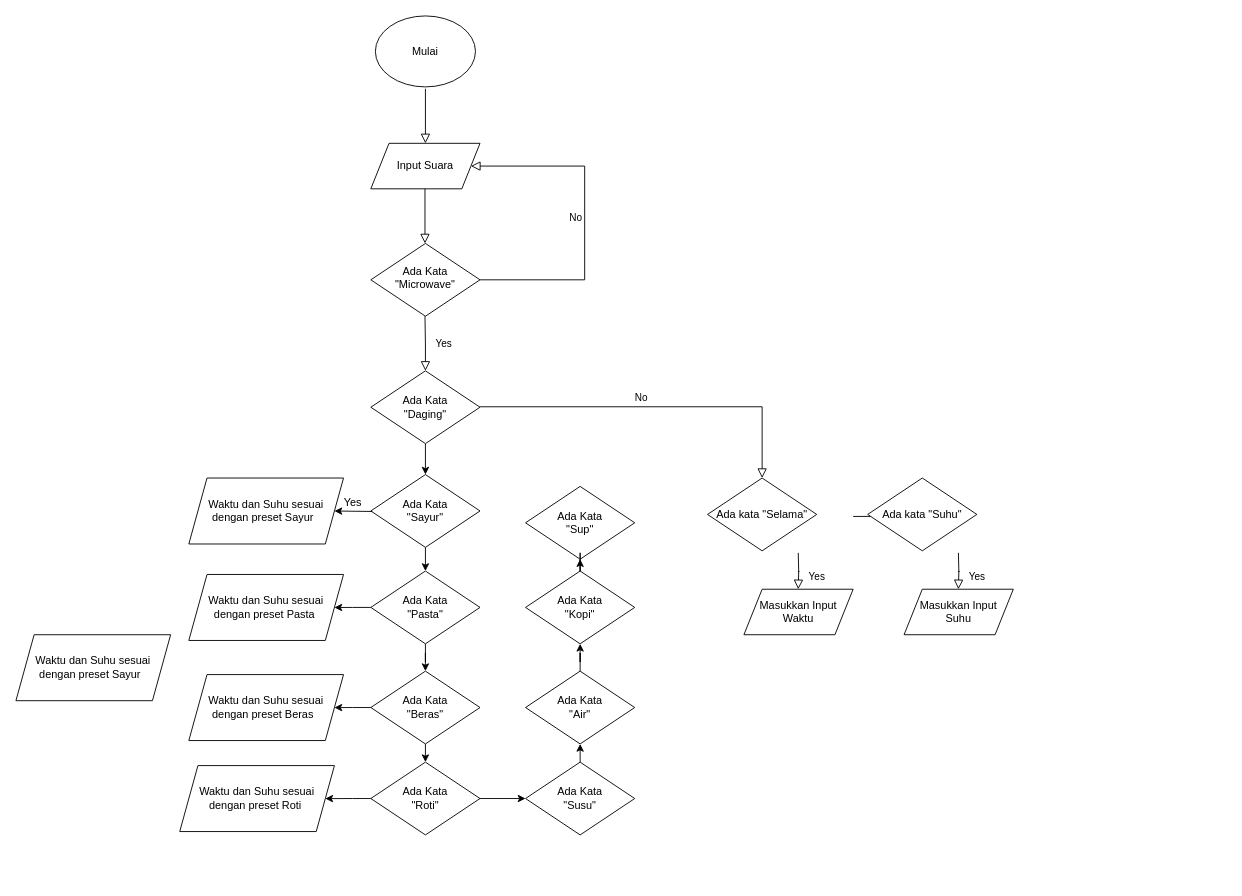
Earlier version of the draw.io diagram Untitled Diagram.drawio (LutherCeltors/python_project). Source tidied: cells renumbered, new cells numbered last; positions are measured from the earlier drawing's top-left corner, leaving out a move shared by most shapes. Both pictures are drawn from the tidied source at 91%, with x=0, y=0 at pixel (15, 15).
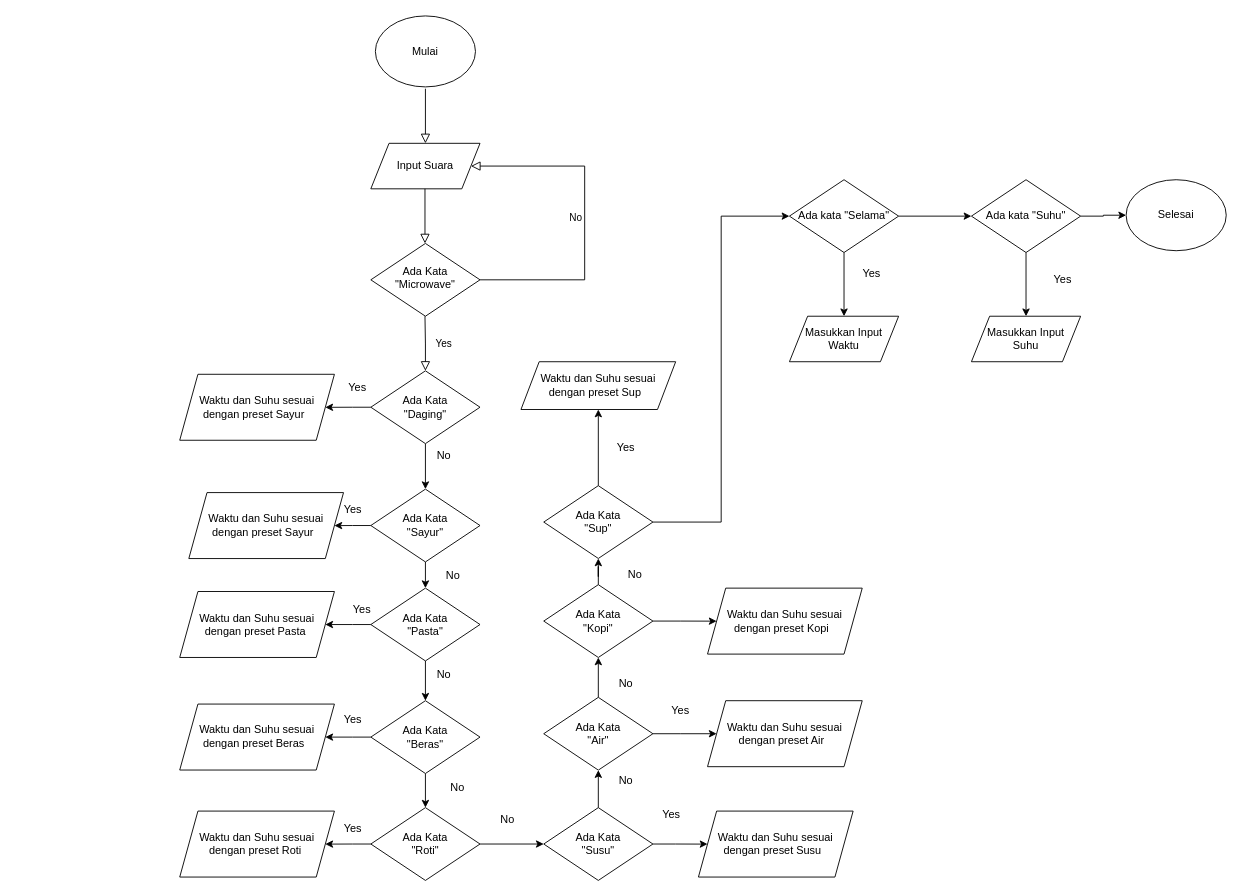
The same diagram, later.

Commit message:
Flow chart integrasi suara.drawio

Unchanged cells that the change refers to:
```xml
<mxCell id="19" value="Ada Kata&lt;div&gt;&quot;Daging&quot;&lt;/div&gt;" style="rhombus;whiteSpace=wrap;html=1;" parent="1" vertex="1">
  <mxGeometry x="390" y="390" width="120" height="80" as="geometry" />
</mxCell>
```

The edit, as a diff of the source:
```diff
@@
-    <mxCell id="6" style="edgeStyle=orthogonalEdgeStyle;rounded=0;orthogonalLoop=1;jettySize=auto;html=1;exitX=1;exitY=0.5;exitDx=0;exitDy=0;entryX=0;entryY=0.5;entryDx=0;entryDy=0;" parent="1" edge="1">
-      <mxGeometry relative="1" as="geometry">
-        <mxPoint x="920" y="550" as="sourcePoint" />
-        <mxPoint x="976" y="550" as="targetPoint" />
-      </mxGeometry>
-    </mxCell>
+    <mxCell id="44" style="edgeStyle=orthogonalEdgeStyle;rounded=0;jettySize=auto;html=1;" parent="1" edge="1" source="7" target="16">
+      <mxGeometry relative="1" as="geometry" />
+    </mxCell>
+    <mxCell id="45" style="edgeStyle=orthogonalEdgeStyle;rounded=0;jettySize=auto;html=1;" parent="1" edge="1" source="7" target="14">
+      <mxGeometry relative="1" as="geometry" />
+    </mxCell>
     <mxCell id="7" value="Ada kata &quot;Selama&quot;" style="rhombus;whiteSpace=wrap;html=1;fontStyle=0;" parent="1" vertex="1">
-      <mxGeometry x="760" y="507.8" width="120" height="80" as="geometry" />
+      <mxGeometry x="850" y="180" width="120" height="80" as="geometry" />
     </mxCell>
-    <mxCell id="8" value="Yes" style="rounded=0;html=1;jettySize=auto;orthogonalLoop=1;fontSize=11;endArrow=block;endFill=0;endSize=8;strokeWidth=1;shadow=0;labelBackgroundColor=none;edgeStyle=orthogonalEdgeStyle;" parent="1" edge="1">
-      <mxGeometry x="0.33" y="20" relative="1" as="geometry">
-        <mxPoint x="859.7" y="590" as="sourcePoint" />
-        <mxPoint x="859.7" y="630" as="targetPoint" />
-      </mxGeometry>
-    </mxCell>
     <mxCell id="9" value="Masukkan Input&lt;div&gt;Suhu&lt;/div&gt;" style="shape=parallelogram;perimeter=parallelogramPerimeter;whiteSpace=wrap;html=1;fixedSize=1;" parent="1" vertex="1">
-      <mxGeometry x="976" y="630" width="120" height="50" as="geometry" />
+      <mxGeometry x="1050" y="330" width="120" height="50" as="geometry" />
     </mxCell>
@@
-    <mxCell id="13" value="No" style="rounded=0;html=1;jettySize=auto;fontSize=11;endArrow=block;endFill=0;endSize=8;strokeWidth=1;shadow=0;labelBackgroundColor=none;edgeStyle=orthogonalEdgeStyle;entryX=0.5;entryY=0;entryDx=0;entryDy=0;" parent="1" edge="1" target="7">
-      <mxGeometry x="-0.09" y="10" relative="1" as="geometry">
-        <mxPoint x="510" y="429.5" as="sourcePoint" />
-        <Array as="points">
-          <mxPoint x="820" y="430" />
-        </Array>
-      </mxGeometry>
-    </mxCell>
+    <mxCell id="46" style="edgeStyle=orthogonalEdgeStyle;rounded=0;jettySize=auto;html=1;" parent="1" edge="1" source="14" target="9">
+      <mxGeometry relative="1" as="geometry" />
+    </mxCell>
+    <mxCell id="47" style="edgeStyle=orthogonalEdgeStyle;rounded=0;jettySize=auto;html=1;" parent="1" edge="1" source="14" target="75">
+      <mxGeometry relative="1" as="geometry" />
+    </mxCell>
     <mxCell id="14" value="Ada kata &quot;Suhu&quot;" style="rhombus;whiteSpace=wrap;html=1;" parent="1" vertex="1">
-      <mxGeometry x="936" y="507.8" width="120" height="80" as="geometry" />
+      <mxGeometry x="1050" y="180" width="120" height="80" as="geometry" />
     </mxCell>
-    <mxCell id="15" value="Yes" style="rounded=0;html=1;jettySize=auto;orthogonalLoop=1;fontSize=11;endArrow=block;endFill=0;endSize=8;strokeWidth=1;shadow=0;labelBackgroundColor=none;edgeStyle=orthogonalEdgeStyle;" parent="1" edge="1">
-      <mxGeometry x="0.33" y="20" relative="1" as="geometry">
-        <mxPoint x="1035.7" y="590" as="sourcePoint" />
-        <mxPoint x="1035.7" y="630" as="targetPoint" />
-      </mxGeometry>
-    </mxCell>
     <mxCell id="16" value="Masukkan Input Waktu" style="shape=parallelogram;perimeter=parallelogramPerimeter;whiteSpace=wrap;html=1;fixedSize=1;" parent="1" vertex="1">
-      <mxGeometry x="800" y="630" width="120" height="50" as="geometry" />
+      <mxGeometry x="850" y="330" width="120" height="50" as="geometry" />
     </mxCell>
@@
+    <mxCell id="48" style="edgeStyle=orthogonalEdgeStyle;rounded=0;jettySize=auto;html=1;" parent="1" edge="1" source="19" target="39">
+      <mxGeometry relative="1" as="geometry" />
+    </mxCell>
@@
     <mxCell id="22" value="Ada Kata&lt;div&gt;&quot;Pasta&quot;&lt;/div&gt;" style="rhombus;whiteSpace=wrap;html=1;" parent="1" vertex="1">
-      <mxGeometry x="390" y="610" width="120" height="80" as="geometry" />
+      <mxGeometry x="390" y="628.8" width="120" height="80" as="geometry" />
     </mxCell>
@@
     <mxCell id="25" value="Ada Kata&lt;div&gt;&quot;Beras&quot;&lt;/div&gt;" style="rhombus;whiteSpace=wrap;html=1;" parent="1" vertex="1">
-      <mxGeometry x="390" y="720" width="120" height="80" as="geometry" />
+      <mxGeometry x="390" y="752.5" width="120" height="80" as="geometry" />
     </mxCell>
+    <mxCell id="49" style="edgeStyle=orthogonalEdgeStyle;rounded=0;jettySize=auto;html=1;" parent="1" edge="1" source="26" target="55">
+      <mxGeometry relative="1" as="geometry" />
+    </mxCell>
+    <mxCell id="50" style="edgeStyle=orthogonalEdgeStyle;rounded=0;jettySize=auto;html=1;exitX=1;exitY=0.5;exitDx=0;exitDy=0;entryX=0;entryY=0.5;entryDx=0;entryDy=0;" parent="1" edge="1" source="26" target="7">
+      <mxGeometry relative="1" as="geometry" />
+    </mxCell>
     <mxCell id="26" value="Ada Kata&lt;div&gt;&quot;Sup&quot;&lt;/div&gt;" style="rhombus;whiteSpace=wrap;html=1;" parent="1" vertex="1">
-      <mxGeometry x="560" y="517" width="120" height="80" as="geometry" />
+      <mxGeometry x="580" y="516.2" width="120" height="80" as="geometry" />
     </mxCell>
@@
+    <mxCell id="51" style="edgeStyle=orthogonalEdgeStyle;rounded=0;jettySize=auto;html=1;" parent="1" edge="1" source="28" target="58">
+      <mxGeometry relative="1" as="geometry" />
+    </mxCell>
     <mxCell id="28" value="Ada Kata&lt;div&gt;&quot;Kopi&quot;&lt;/div&gt;" style="rhombus;whiteSpace=wrap;html=1;" parent="1" vertex="1">
-      <mxGeometry x="560" y="610" width="120" height="80" as="geometry" />
+      <mxGeometry x="580" y="625" width="120" height="80" as="geometry" />
     </mxCell>
@@
+    <mxCell id="52" style="edgeStyle=orthogonalEdgeStyle;rounded=0;jettySize=auto;html=1;" parent="1" edge="1" source="30" target="59">
+      <mxGeometry relative="1" as="geometry" />
+    </mxCell>
     <mxCell id="30" value="Ada Kata&lt;div&gt;&quot;Air&quot;&lt;/div&gt;" style="rhombus;whiteSpace=wrap;html=1;" parent="1" vertex="1">
-      <mxGeometry x="560" y="720" width="120" height="80" as="geometry" />
+      <mxGeometry x="580" y="748.8" width="120" height="80" as="geometry" />
     </mxCell>
@@
+    <mxCell id="53" style="edgeStyle=orthogonalEdgeStyle;rounded=0;jettySize=auto;html=1;" parent="1" edge="1" source="32" target="57">
+      <mxGeometry relative="1" as="geometry" />
+    </mxCell>
     <mxCell id="32" value="Ada Kata&lt;div&gt;&quot;Susu&quot;&lt;/div&gt;" style="rhombus;whiteSpace=wrap;html=1;" parent="1" vertex="1">
-      <mxGeometry x="560" y="820" width="120" height="80" as="geometry" />
+      <mxGeometry x="580" y="870" width="120" height="80" as="geometry" />
     </mxCell>
+    <mxCell id="34" style="edgeStyle=orthogonalEdgeStyle;rounded=0;jettySize=auto;html=1;" parent="1" edge="1" source="35" target="41">
+      <mxGeometry relative="1" as="geometry" />
+    </mxCell>
-    <mxCell id="33" style="edgeStyle=orthogonalEdgeStyle;rounded=0;jettySize=auto;html=1;exitX=1;exitY=0.5;exitDx=0;exitDy=0;entryX=0;entryY=0.5;entryDx=0;entryDy=0;" parent="1" edge="1" source="35" target="32">
+    <mxCell id="33" style="edgeStyle=orthogonalEdgeStyle;rounded=0;jettySize=auto;html=1;" parent="1" edge="1" source="35" target="32">
       <mxGeometry relative="1" as="geometry" />
     </mxCell>
-    <mxCell id="34" style="edgeStyle=orthogonalEdgeStyle;rounded=0;jettySize=auto;html=1;" parent="1" edge="1" source="35" target="41">
-      <mxGeometry relative="1" as="geometry" />
-    </mxCell>
     <mxCell id="35" value="Ada Kata&lt;div&gt;&quot;Roti&quot;&lt;/div&gt;" style="rhombus;whiteSpace=wrap;html=1;" parent="1" vertex="1">
-      <mxGeometry x="390" y="820" width="120" height="80" as="geometry" />
+      <mxGeometry x="390" y="870" width="120" height="80" as="geometry" />
     </mxCell>
     <mxCell id="36" value="&lt;span style=&quot;background-color: initial;&quot;&gt;Waktu dan Suhu sesuai dengan preset Beras&amp;nbsp;&amp;nbsp;&lt;/span&gt;" style="shape=parallelogram;perimeter=parallelogramPerimeter;whiteSpace=wrap;html=1;fixedSize=1;" parent="1" vertex="1">
-      <mxGeometry x="190" y="723.8" width="170" height="72.5" as="geometry" />
+      <mxGeometry x="180" y="756.2" width="170" height="72.5" as="geometry" />
     </mxCell>
-    <mxCell id="37" value="Yes" style="text;html=1;align=center;verticalAlign=middle;points=[];strokeColor=none;fillColor=none;" parent="1" vertex="1">
-      <mxGeometry x="350" y="520" width="40" height="30" as="geometry" />
-    </mxCell>
     <mxCell id="38" value="&lt;span style=&quot;background-color: initial;&quot;&gt;Waktu dan Suhu sesuai dengan preset Sayur&amp;nbsp;&amp;nbsp;&lt;/span&gt;" style="shape=parallelogram;perimeter=parallelogramPerimeter;whiteSpace=wrap;html=1;fixedSize=1;" parent="1" vertex="1">
-      <mxGeometry x="190" y="507.8" width="170" height="72.5" as="geometry" />
+      <mxGeometry x="190" y="523.8" width="170" height="72.5" as="geometry" />
     </mxCell>
-    <mxCell id="39" value="&lt;span style=&quot;background-color: initial;&quot;&gt;Waktu dan Suhu sesuai dengan preset Sayur&amp;nbsp;&amp;nbsp;&lt;/span&gt;" style="shape=parallelogram;perimeter=parallelogramPerimeter;whiteSpace=wrap;html=1;fixedSize=1;" parent="1" vertex="1">
-      <mxGeometry y="680" width="170" height="72.5" as="geometry" />
-    </mxCell>
     <mxCell id="40" value="&lt;span style=&quot;background-color: initial;&quot;&gt;Waktu dan Suhu sesuai dengan preset Pasta&amp;nbsp;&lt;/span&gt;" style="shape=parallelogram;perimeter=parallelogramPerimeter;whiteSpace=wrap;html=1;fixedSize=1;" parent="1" vertex="1">
-      <mxGeometry x="190" y="613.8" width="170" height="72.5" as="geometry" />
+      <mxGeometry x="180" y="632.5" width="170" height="72.5" as="geometry" />
     </mxCell>
     <mxCell id="41" value="&lt;span style=&quot;background-color: initial;&quot;&gt;Waktu dan Suhu sesuai dengan preset Roti&amp;nbsp;&lt;/span&gt;" style="shape=parallelogram;perimeter=parallelogramPerimeter;whiteSpace=wrap;html=1;fixedSize=1;" parent="1" vertex="1">
-      <mxGeometry x="180" y="823.8" width="170" height="72.5" as="geometry" />
+      <mxGeometry x="180" y="873.8" width="170" height="72.5" as="geometry" />
     </mxCell>
+    <mxCell id="54" style="edgeStyle=orthogonalEdgeStyle;rounded=0;jettySize=auto;html=1;" parent="1" edge="1" source="42" target="38">
+      <mxGeometry relative="1" as="geometry" />
+    </mxCell>
     <mxCell id="42" value="Ada Kata&lt;div&gt;&quot;Sayur&quot;&lt;/div&gt;" style="rhombus;whiteSpace=wrap;html=1;" parent="1" vertex="1">
-      <mxGeometry x="390" y="504" width="120" height="80" as="geometry" />
+      <mxGeometry x="390" y="520" width="120" height="80" as="geometry" />
     </mxCell>
-    <mxCell id="43" style="endArrow=classic;html=1;rounded=0;entryX=1;entryY=0.5;entryDx=0;entryDy=0;exitX=1.039;exitY=0.818;exitDx=0;exitDy=0;exitPerimeter=0;" parent="1" edge="1" source="37" target="38">
-      <mxGeometry relative="1" as="geometry" />
-    </mxCell>
+    <mxCell id="55" value="&lt;span style=&quot;background-color: initial;&quot;&gt;Waktu dan Suhu sesuai dengan preset Sup&amp;nbsp;&amp;nbsp;&lt;/span&gt;" style="shape=parallelogram;perimeter=parallelogramPerimeter;whiteSpace=wrap;html=1;fixedSize=1;" parent="1" vertex="1">
+      <mxGeometry x="555" y="380" width="170" height="52.5" as="geometry" />
+    </mxCell>
+    <mxCell id="56" style="edgeStyle=orthogonalEdgeStyle;rounded=0;orthogonalLoop=1;jettySize=auto;html=1;exitX=0.5;exitY=1;exitDx=0;exitDy=0;" parent="1" edge="1" source="9" target="9">
+      <mxGeometry relative="1" as="geometry" />
+    </mxCell>
+    <mxCell id="57" value="&lt;span style=&quot;background-color: initial;&quot;&gt;Waktu dan Suhu sesuai dengan preset Susu&amp;nbsp;&amp;nbsp;&lt;/span&gt;" style="shape=parallelogram;perimeter=parallelogramPerimeter;whiteSpace=wrap;html=1;fixedSize=1;" parent="1" vertex="1">
+      <mxGeometry x="750" y="873.8" width="170" height="72.5" as="geometry" />
+    </mxCell>
+    <mxCell id="58" value="&lt;span style=&quot;background-color: initial;&quot;&gt;Waktu dan Suhu sesuai dengan preset Kopi&amp;nbsp;&amp;nbsp;&lt;/span&gt;" style="shape=parallelogram;perimeter=parallelogramPerimeter;whiteSpace=wrap;html=1;fixedSize=1;" parent="1" vertex="1">
+      <mxGeometry x="760" y="628.8" width="170" height="72.5" as="geometry" />
+    </mxCell>
+    <mxCell id="59" value="&lt;span style=&quot;background-color: initial;&quot;&gt;Waktu dan Suhu sesuai dengan preset Air&amp;nbsp;&amp;nbsp;&lt;/span&gt;" style="shape=parallelogram;perimeter=parallelogramPerimeter;whiteSpace=wrap;html=1;fixedSize=1;" parent="1" vertex="1">
+      <mxGeometry x="760" y="752.5" width="170" height="72.5" as="geometry" />
+    </mxCell>
+    <mxCell id="60" value="No" style="text;html=1;align=center;verticalAlign=middle;strokeColor=none;fillColor=none;" parent="1" vertex="1">
+      <mxGeometry x="450" y="468" width="40" height="30" as="geometry" />
+    </mxCell>
+    <mxCell id="61" value="Yes" style="text;html=1;align=center;verticalAlign=middle;strokeColor=none;fillColor=none;" parent="1" vertex="1">
+      <mxGeometry x="350" y="528" width="40" height="30" as="geometry" />
+    </mxCell>
+    <mxCell id="62" value="Yes" style="text;html=1;align=center;verticalAlign=middle;strokeColor=none;fillColor=none;" parent="1" vertex="1">
+      <mxGeometry x="360" y="638" width="40" height="30" as="geometry" />
+    </mxCell>
+    <mxCell id="63" value="Yes" style="text;html=1;align=center;verticalAlign=middle;strokeColor=none;fillColor=none;" parent="1" vertex="1">
+      <mxGeometry x="350" y="758" width="40" height="30" as="geometry" />
+    </mxCell>
+    <mxCell id="64" value="Yes" style="text;html=1;align=center;verticalAlign=middle;strokeColor=none;fillColor=none;" parent="1" vertex="1">
+      <mxGeometry x="350" y="878" width="40" height="30" as="geometry" />
+    </mxCell>
+    <mxCell id="65" value="No" style="text;html=1;align=center;verticalAlign=middle;strokeColor=none;fillColor=none;" parent="1" vertex="1">
+      <mxGeometry x="650" y="825" width="40" height="30" as="geometry" />
+    </mxCell>
+    <mxCell id="66" value="No" style="text;html=1;align=center;verticalAlign=middle;strokeColor=none;fillColor=none;" parent="1" vertex="1">
+      <mxGeometry x="465" y="832.5" width="40" height="30" as="geometry" />
+    </mxCell>
+    <mxCell id="67" value="No" style="text;html=1;align=center;verticalAlign=middle;strokeColor=none;fillColor=none;" parent="1" vertex="1">
+      <mxGeometry x="450" y="708.8" width="40" height="30" as="geometry" />
+    </mxCell>
+    <mxCell id="68" value="No" style="text;html=1;align=center;verticalAlign=middle;strokeColor=none;fillColor=none;" parent="1" vertex="1">
+      <mxGeometry x="460" y="600" width="40" height="30" as="geometry" />
+    </mxCell>
+    <mxCell id="69" value="No" style="text;html=1;align=center;verticalAlign=middle;strokeColor=none;fillColor=none;" parent="1" vertex="1">
+      <mxGeometry x="650" y="718.8" width="40" height="30" as="geometry" />
+    </mxCell>
+    <mxCell id="70" value="No" style="text;html=1;align=center;verticalAlign=middle;strokeColor=none;fillColor=none;" parent="1" vertex="1">
+      <mxGeometry x="660" y="598.8" width="40" height="30" as="geometry" />
+    </mxCell>
+    <mxCell id="71" value="No" style="text;html=1;align=center;verticalAlign=middle;strokeColor=none;fillColor=none;" parent="1" vertex="1">
+      <mxGeometry x="520" y="868" width="40" height="30" as="geometry" />
+    </mxCell>
+    <mxCell id="72" value="Yes" style="text;html=1;align=center;verticalAlign=middle;strokeColor=none;fillColor=none;" parent="1" vertex="1">
+      <mxGeometry x="650" y="460" width="40" height="30" as="geometry" />
+    </mxCell>
+    <mxCell id="73" value="Yes" style="text;html=1;align=center;verticalAlign=middle;strokeColor=none;fillColor=none;" parent="1" vertex="1">
+      <mxGeometry x="710" y="748.8" width="40" height="30" as="geometry" />
+    </mxCell>
+    <mxCell id="74" value="Yes" style="text;html=1;align=center;verticalAlign=middle;strokeColor=none;fillColor=none;" parent="1" vertex="1">
+      <mxGeometry x="700" y="862.5" width="40" height="30" as="geometry" />
+    </mxCell>
+    <mxCell id="75" value="Selesai" style="ellipse;whiteSpace=wrap;html=1;" parent="1" vertex="1">
+      <mxGeometry x="1220" y="180" width="110" height="78" as="geometry" />
+    </mxCell>
+    <mxCell id="76" value="Yes" style="text;html=1;align=center;verticalAlign=middle;strokeColor=none;fillColor=none;" parent="1" vertex="1">
+      <mxGeometry x="920" y="268" width="40" height="30" as="geometry" />
+    </mxCell>
+    <mxCell id="77" value="Yes" style="text;html=1;align=center;verticalAlign=middle;strokeColor=none;fillColor=none;" parent="1" vertex="1">
+      <mxGeometry x="1130" y="275" width="40" height="30" as="geometry" />
+    </mxCell>
+    <mxCell id="39" value="&lt;span style=&quot;background-color: initial;&quot;&gt;Waktu dan Suhu sesuai dengan preset Sayur&amp;nbsp;&amp;nbsp;&lt;/span&gt;" style="shape=parallelogram;perimeter=parallelogramPerimeter;whiteSpace=wrap;html=1;fixedSize=1;" parent="1" vertex="1">
+      <mxGeometry x="180" y="393.8" width="170" height="72.5" as="geometry" />
+    </mxCell>
+    <mxCell id="78" value="Yes" style="text;html=1;align=center;verticalAlign=middle;strokeColor=none;fillColor=none;" parent="1" vertex="1">
+      <mxGeometry x="355" y="393.8" width="40" height="30" as="geometry" />
+    </mxCell>
```
